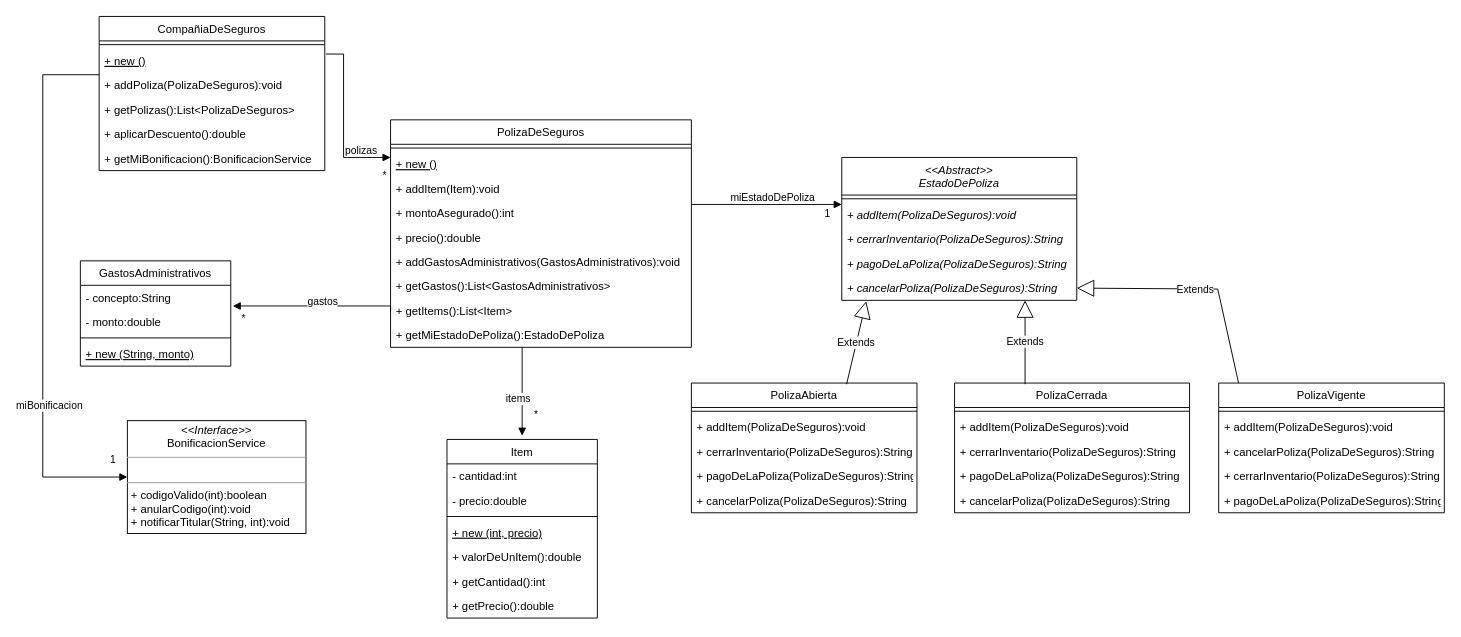
Above: unq-po2-1erParcial-2022-CompañiaDeSeguros.drawio in nhubczyk/Diagramas-UML (draw.io), before the change. Source tidied: cells renumbered, new cells numbered last; positions are measured from the earlier drawing's top-left corner, leaving out a move shared by most shapes. Both pictures are drawn from the tidied source at 94%, with x=0, y=0 at pixel (42, 16).
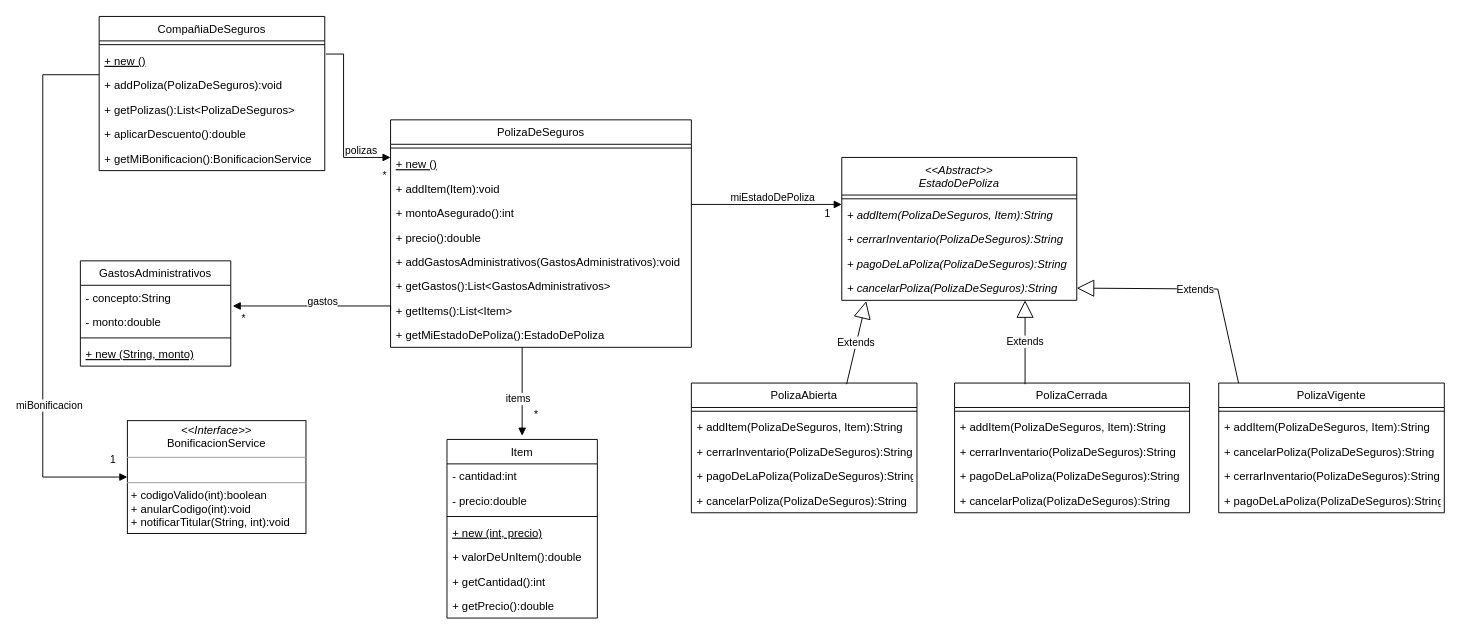
After the change.

Unchanged cells that the change refers to:
```xml
<mxCell id="38" value="&lt;&lt;Abstract&gt;&gt;&#10;EstadoDePoliza" style="swimlane;fontStyle=2;align=center;verticalAlign=top;horizontal=1;startSize=40;" parent="1" vertex="1">
  <mxGeometry x="850" y="150" width="250" height="152" as="geometry" />
</mxCell>
<mxCell id="46" value="PolizaAbierta" style="swimlane;fontStyle=0;align=center;verticalAlign=top;horizontal=1;startSize=26;" parent="1" vertex="1">
  <mxGeometry x="690" y="390" width="240" height="138" as="geometry" />
</mxCell>
<mxCell id="52" value="PolizaCerrada" style="swimlane;fontStyle=0;align=center;verticalAlign=top;horizontal=1;startSize=26;" parent="1" vertex="1">
  <mxGeometry x="970" y="390" width="250" height="138" as="geometry" />
</mxCell>
<mxCell id="58" value="PolizaVigente" style="swimlane;fontStyle=0;align=center;verticalAlign=top;horizontal=1;startSize=26;" parent="1" vertex="1">
  <mxGeometry x="1251" y="390" width="240" height="138" as="geometry" />
</mxCell>
```

The edit, as a diff of the source:
```diff
@@
-    <mxCell id="40" value="+ addItem(PolizaDeSeguros):void" style="text;strokeColor=none;fillColor=none;align=left;verticalAlign=top;spacingLeft=4;spacingRight=4;overflow=hidden;fontStyle=2;" parent="38" vertex="1">
+    <mxCell id="40" value="+ addItem(PolizaDeSeguros, Item):String" style="text;strokeColor=none;fillColor=none;align=left;verticalAlign=top;spacingLeft=4;spacingRight=4;overflow=hidden;fontStyle=2;" parent="38" vertex="1">
       <mxGeometry y="48" width="250" height="26" as="geometry" />
     </mxCell>
@@
-    <mxCell id="48" value="+ addItem(PolizaDeSeguros):void" style="text;strokeColor=none;fillColor=none;align=left;verticalAlign=top;spacingLeft=4;spacingRight=4;overflow=hidden;fontStyle=0;" parent="46" vertex="1">
+    <mxCell id="48" value="+ addItem(PolizaDeSeguros, Item):String" style="text;strokeColor=none;fillColor=none;align=left;verticalAlign=top;spacingLeft=4;spacingRight=4;overflow=hidden;fontStyle=0;" parent="46" vertex="1">
       <mxGeometry y="34" width="240" height="26" as="geometry" />
     </mxCell>
@@
-    <mxCell id="54" value="+ addItem(PolizaDeSeguros):void" style="text;strokeColor=none;fillColor=none;align=left;verticalAlign=top;spacingLeft=4;spacingRight=4;overflow=hidden;fontStyle=0;" parent="52" vertex="1">
+    <mxCell id="54" value="+ addItem(PolizaDeSeguros, Item):String" style="text;strokeColor=none;fillColor=none;align=left;verticalAlign=top;spacingLeft=4;spacingRight=4;overflow=hidden;fontStyle=0;" parent="52" vertex="1">
       <mxGeometry y="34" width="250" height="26" as="geometry" />
     </mxCell>
@@
-    <mxCell id="60" value="+ addItem(PolizaDeSeguros):void" style="text;strokeColor=none;fillColor=none;align=left;verticalAlign=top;spacingLeft=4;spacingRight=4;overflow=hidden;fontStyle=0;" parent="58" vertex="1">
+    <mxCell id="60" value="+ addItem(PolizaDeSeguros, Item):String" style="text;strokeColor=none;fillColor=none;align=left;verticalAlign=top;spacingLeft=4;spacingRight=4;overflow=hidden;fontStyle=0;" parent="58" vertex="1">
       <mxGeometry y="34" width="240" height="26" as="geometry" />
     </mxCell>
```
